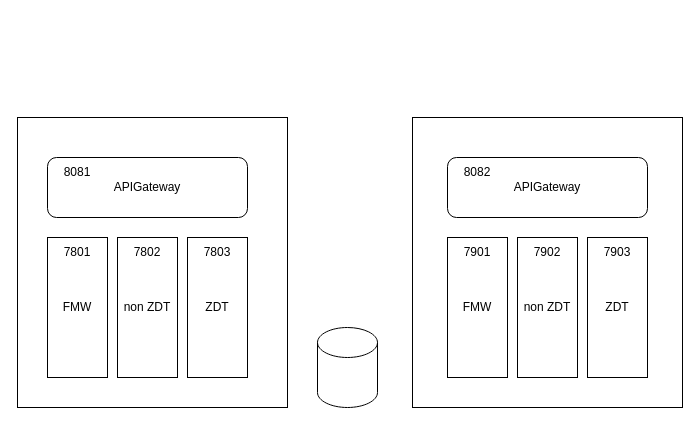
Above: work/Untitled Diagram.drawio in mimaya/drawio (draw.io), before the change. Source tidied: cells renumbered, new cells numbered last; positions are measured from the earlier drawing's top-left corner, leaving out a move shared by most shapes. Both pictures are drawn from the tidied source at 100%, with x=0, y=0 at pixel (17, 117).
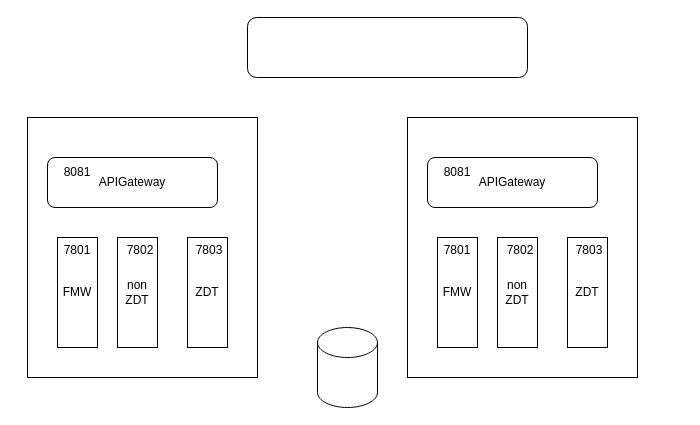
The same diagram, later.

Change to the diagram source:
```diff
@@
-    <mxCell id="2" style="rounded=0;whiteSpace=wrap;html=1;" parent="1" vertex="1">
-      <mxGeometry x="395" width="270" height="290" as="geometry" />
-    </mxCell>
     <mxCell id="3" style="rounded=0;whiteSpace=wrap;html=1;" parent="1" vertex="1">
-      <mxGeometry width="270" height="290" as="geometry" />
+      <mxGeometry x="10" width="230" height="260" as="geometry" />
     </mxCell>
     <mxCell id="4" value="FMW" style="rounded=0;whiteSpace=wrap;html=1;" parent="1" vertex="1">
-      <mxGeometry x="30" y="120" width="60" height="140" as="geometry" />
+      <mxGeometry x="40" y="120" width="40" height="110" as="geometry" />
     </mxCell>
     <mxCell id="5" value="non ZDT" style="rounded=0;whiteSpace=wrap;html=1;" parent="1" vertex="1">
-      <mxGeometry x="100" y="120" width="60" height="140" as="geometry" />
+      <mxGeometry x="100" y="120" width="40" height="110" as="geometry" />
     </mxCell>
     <mxCell id="6" value="ZDT" style="rounded=0;whiteSpace=wrap;html=1;" parent="1" vertex="1">
-      <mxGeometry x="170" y="120" width="60" height="140" as="geometry" />
+      <mxGeometry x="170" y="120" width="40" height="110" as="geometry" />
     </mxCell>
     <mxCell id="7" value="APIGateway" style="rounded=1;whiteSpace=wrap;html=1;" parent="1" vertex="1">
-      <mxGeometry x="30" y="40" width="200" height="60" as="geometry" />
+      <mxGeometry x="30" y="40" width="170" height="50" as="geometry" />
     </mxCell>
@@
     <mxCell id="9" value="7801" style="text;html=1;strokeColor=none;fillColor=none;align=center;verticalAlign=middle;whiteSpace=wrap;rounded=0;" parent="1" vertex="1">
-      <mxGeometry x="30" y="120" width="60" height="30" as="geometry" />
+      <mxGeometry x="30" y="118" width="60" height="30" as="geometry" />
     </mxCell>
     <mxCell id="10" value="7802" style="text;html=1;strokeColor=none;fillColor=none;align=center;verticalAlign=middle;whiteSpace=wrap;rounded=0;" parent="1" vertex="1">
-      <mxGeometry x="100" y="120" width="60" height="30" as="geometry" />
+      <mxGeometry x="93" y="118" width="60" height="30" as="geometry" />
     </mxCell>
     <mxCell id="11" value="7803" style="text;html=1;strokeColor=none;fillColor=none;align=center;verticalAlign=middle;whiteSpace=wrap;rounded=0;" parent="1" vertex="1">
-      <mxGeometry x="170" y="120" width="60" height="30" as="geometry" />
+      <mxGeometry x="162" y="118" width="60" height="30" as="geometry" />
     </mxCell>
@@
+    <mxCell id="21" style="rounded=1;whiteSpace=wrap;html=1;" parent="1" vertex="1">
+      <mxGeometry x="230" y="-100" width="280" height="60" as="geometry" />
+    </mxCell>
+    <mxCell id="22" style="rounded=0;whiteSpace=wrap;html=1;" parent="1" vertex="1">
+      <mxGeometry x="390" width="230" height="260" as="geometry" />
+    </mxCell>
     <mxCell id="13" value="FMW" style="rounded=0;whiteSpace=wrap;html=1;" parent="1" vertex="1">
-      <mxGeometry x="430" y="120" width="60" height="140" as="geometry" />
+      <mxGeometry x="420" y="120" width="40" height="110" as="geometry" />
     </mxCell>
     <mxCell id="14" value="non ZDT" style="rounded=0;whiteSpace=wrap;html=1;" parent="1" vertex="1">
-      <mxGeometry x="500" y="120" width="60" height="140" as="geometry" />
+      <mxGeometry x="480" y="120" width="40" height="110" as="geometry" />
     </mxCell>
     <mxCell id="15" value="ZDT" style="rounded=0;whiteSpace=wrap;html=1;" parent="1" vertex="1">
-      <mxGeometry x="570" y="120" width="60" height="140" as="geometry" />
+      <mxGeometry x="550" y="120" width="40" height="110" as="geometry" />
     </mxCell>
     <mxCell id="16" value="APIGateway" style="rounded=1;whiteSpace=wrap;html=1;" parent="1" vertex="1">
-      <mxGeometry x="430" y="40" width="200" height="60" as="geometry" />
+      <mxGeometry x="410" y="40" width="170" height="50" as="geometry" />
     </mxCell>
-    <mxCell id="17" value="8082" style="text;html=1;strokeColor=none;fillColor=none;align=center;verticalAlign=middle;whiteSpace=wrap;rounded=0;" parent="1" vertex="1">
-      <mxGeometry x="430" y="40" width="60" height="30" as="geometry" />
-    </mxCell>
-    <mxCell id="18" value="7901" style="text;html=1;strokeColor=none;fillColor=none;align=center;verticalAlign=middle;whiteSpace=wrap;rounded=0;" parent="1" vertex="1">
-      <mxGeometry x="430" y="120" width="60" height="30" as="geometry" />
-    </mxCell>
-    <mxCell id="19" value="7902" style="text;html=1;strokeColor=none;fillColor=none;align=center;verticalAlign=middle;whiteSpace=wrap;rounded=0;" parent="1" vertex="1">
-      <mxGeometry x="500" y="120" width="60" height="30" as="geometry" />
-    </mxCell>
-    <mxCell id="20" value="7903" style="text;html=1;strokeColor=none;fillColor=none;align=center;verticalAlign=middle;whiteSpace=wrap;rounded=0;" parent="1" vertex="1">
-      <mxGeometry x="570" y="120" width="60" height="30" as="geometry" />
-    </mxCell>
+    <mxCell id="23" value="8081" style="text;html=1;strokeColor=none;fillColor=none;align=center;verticalAlign=middle;whiteSpace=wrap;rounded=0;" parent="1" vertex="1">
+      <mxGeometry x="410" y="40" width="60" height="30" as="geometry" />
+    </mxCell>
+    <mxCell id="24" value="7801" style="text;html=1;strokeColor=none;fillColor=none;align=center;verticalAlign=middle;whiteSpace=wrap;rounded=0;" parent="1" vertex="1">
+      <mxGeometry x="410" y="118" width="60" height="30" as="geometry" />
+    </mxCell>
+    <mxCell id="25" value="7802" style="text;html=1;strokeColor=none;fillColor=none;align=center;verticalAlign=middle;whiteSpace=wrap;rounded=0;" parent="1" vertex="1">
+      <mxGeometry x="473" y="118" width="60" height="30" as="geometry" />
+    </mxCell>
+    <mxCell id="26" value="7803" style="text;html=1;strokeColor=none;fillColor=none;align=center;verticalAlign=middle;whiteSpace=wrap;rounded=0;" parent="1" vertex="1">
+      <mxGeometry x="542" y="118" width="60" height="30" as="geometry" />
+    </mxCell>
```
